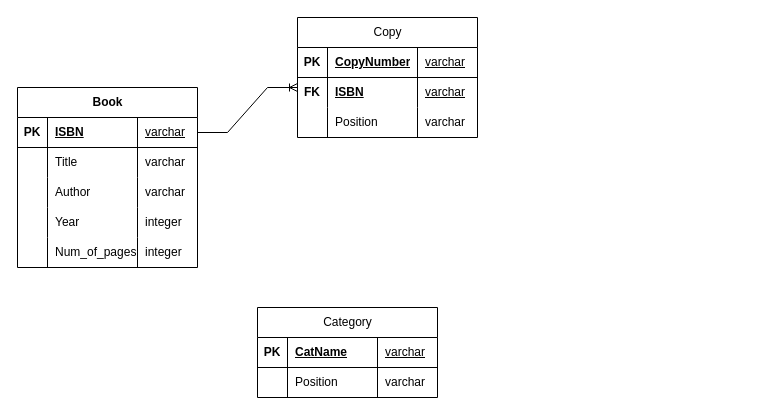
The draw.io diagram Диаграмма без названия.drawio in agirlwithcamomiles/testing_git, before the edit. Source tidied: cells renumbered, new cells numbered last; positions are measured from the earlier drawing's top-left corner, leaving out a move shared by most shapes. Both pictures are drawn from the tidied source at 100%, with x=0, y=0 at pixel (17, 17).
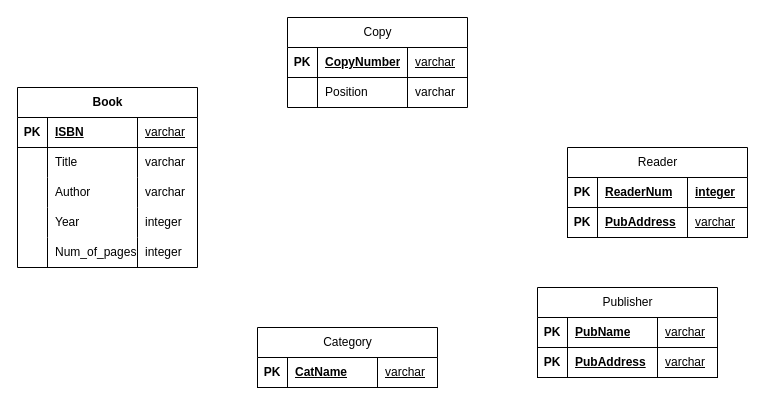
The same diagram, later.

Unchanged cells that the change refers to:
```xml
<mxCell id="3" style="shape=tableRow;horizontal=0;startSize=0;swimlaneHead=0;swimlaneBody=0;fillColor=none;points=[[0,0.5],[1,0.5]];portConstraint=eastwest;top=0;left=0;right=0;bottom=1;" parent="2" vertex="1">
  <mxGeometry y="30" width="180" height="30" as="geometry" />
</mxCell>
```

Diff of the diagram source:
```diff
@@
-    <mxCell id="23" style="edgeStyle=entityRelationEdgeStyle;fontSize=12;html=1;endArrow=ERoneToMany;rounded=0;exitX=1;exitY=0.5;exitDx=0;exitDy=0;" parent="1" edge="1" source="3">
-      <mxGeometry relative="1" as="geometry">
-        <mxPoint x="280" y="70" as="targetPoint" />
-      </mxGeometry>
-    </mxCell>
     <mxCell id="24" value="Copy" style="shape=table;startSize=30;childLayout=tableLayout;rowLines=0;fontStyle=0;align=center;html=1;" parent="1" vertex="1">
-      <mxGeometry x="280" width="180" height="120" as="geometry" />
+      <mxGeometry x="270" width="180" height="90" as="geometry" />
     </mxCell>
@@
-    <mxCell id="29" style="shape=tableRow;horizontal=0;startSize=0;swimlaneHead=0;swimlaneBody=0;fillColor=none;top=0;left=0;right=0;bottom=0;" parent="24" vertex="1">
-      <mxGeometry y="60" width="180" height="30" as="geometry" />
-    </mxCell>
-    <mxCell id="30" value="FK" style="shape=partialRectangle;fillColor=none;top=0;left=0;bottom=0;right=0;overflow=hidden;whiteSpace=wrap;html=1;perimeterSpacing=5;fontStyle=1;" parent="29" vertex="1">
-      <mxGeometry width="30" height="30" as="geometry" />
-    </mxCell>
-    <mxCell id="31" value="&lt;b&gt;&lt;u&gt;ISBN&lt;/u&gt;&lt;/b&gt;" style="shape=partialRectangle;fillColor=none;top=0;left=0;bottom=0;right=0;align=left;spacingLeft=6;overflow=hidden;whiteSpace=wrap;html=1;" parent="29" vertex="1">
-      <mxGeometry x="30" width="90" height="30" as="geometry" />
-    </mxCell>
-    <mxCell id="32" value="&lt;div&gt;&lt;span&gt;&lt;u&gt;varchar&lt;/u&gt;&lt;/span&gt;&lt;/div&gt;" style="shape=partialRectangle;fillColor=none;top=0;left=0;bottom=0;right=0;align=left;spacingLeft=6;overflow=hidden;whiteSpace=wrap;html=1;fontStyle=0;" parent="29" vertex="1">
-      <mxGeometry x="120" width="60" height="30" as="geometry" />
-    </mxCell>
     <mxCell id="33" style="shape=tableRow;horizontal=0;startSize=0;swimlaneHead=0;swimlaneBody=0;fillColor=none;top=0;left=0;right=0;bottom=0;" parent="24" vertex="1">
-      <mxGeometry y="90" width="180" height="30" as="geometry" />
+      <mxGeometry y="60" width="180" height="30" as="geometry" />
     </mxCell>
@@
     <mxCell id="37" value="Category" style="shape=table;startSize=30;childLayout=tableLayout;rowLines=0;fontStyle=0;align=center;html=1;" parent="1" vertex="1">
-      <mxGeometry x="240" y="290" width="180" height="90" as="geometry" />
+      <mxGeometry x="240" y="310" width="180" height="60" as="geometry" />
     </mxCell>
@@
-    <mxCell id="42" style="shape=tableRow;horizontal=0;startSize=0;swimlaneHead=0;swimlaneBody=0;fillColor=none;top=0;left=0;right=0;bottom=0;" parent="37" vertex="1">
-      <mxGeometry y="60" width="180" height="30" as="geometry" />
-    </mxCell>
-    <mxCell id="43" style="shape=partialRectangle;fillColor=none;top=0;left=0;bottom=0;right=0;overflow=hidden;whiteSpace=wrap;html=1;" parent="42" vertex="1">
-      <mxGeometry width="30" height="30" as="geometry" />
-    </mxCell>
-    <mxCell id="44" value="Position" style="shape=partialRectangle;fillColor=none;top=0;left=0;bottom=0;right=0;align=left;spacingLeft=6;overflow=hidden;whiteSpace=wrap;html=1;" parent="42" vertex="1">
-      <mxGeometry x="30" width="90" height="30" as="geometry" />
-    </mxCell>
-    <mxCell id="45" value="varchar" style="shape=partialRectangle;fillColor=none;top=0;left=0;bottom=0;right=0;align=left;spacingLeft=6;overflow=hidden;whiteSpace=wrap;html=1;" parent="42" vertex="1">
-      <mxGeometry x="120" width="60" height="30" as="geometry" />
-    </mxCell>
+    <mxCell id="46" value="Publisher" style="shape=table;startSize=30;childLayout=tableLayout;rowLines=0;fontStyle=0;align=center;html=1;" parent="1" vertex="1">
+      <mxGeometry x="520" y="270" width="180" height="90" as="geometry" />
+    </mxCell>
+    <mxCell id="47" style="shape=tableRow;horizontal=0;startSize=0;swimlaneHead=0;swimlaneBody=0;fillColor=none;top=0;left=0;right=0;bottom=1;" parent="46" vertex="1">
+      <mxGeometry y="30" width="180" height="30" as="geometry" />
+    </mxCell>
+    <mxCell id="48" value="PK" style="shape=partialRectangle;fillColor=none;top=0;left=0;bottom=0;right=0;fontStyle=1;overflow=hidden;whiteSpace=wrap;html=1;" parent="47" vertex="1">
+      <mxGeometry width="30" height="30" as="geometry" />
+    </mxCell>
+    <mxCell id="49" value="PubName" style="shape=partialRectangle;fillColor=none;top=0;left=0;bottom=0;right=0;align=left;spacingLeft=6;fontStyle=5;overflow=hidden;whiteSpace=wrap;html=1;" parent="47" vertex="1">
+      <mxGeometry x="30" width="90" height="30" as="geometry" />
+    </mxCell>
+    <mxCell id="50" value="&lt;span style=&quot;font-weight: normal;&quot;&gt;varchar&lt;/span&gt;" style="shape=partialRectangle;fillColor=none;top=0;left=0;bottom=0;right=0;align=left;spacingLeft=6;fontStyle=5;overflow=hidden;whiteSpace=wrap;html=1;" parent="47" vertex="1">
+      <mxGeometry x="120" width="60" height="30" as="geometry" />
+    </mxCell>
+    <mxCell id="51" style="shape=tableRow;horizontal=0;startSize=0;swimlaneHead=0;swimlaneBody=0;fillColor=none;top=0;left=0;right=0;bottom=1;" parent="46" vertex="1">
+      <mxGeometry y="60" width="180" height="30" as="geometry" />
+    </mxCell>
+    <mxCell id="52" value="PK" style="shape=partialRectangle;fillColor=none;top=0;left=0;bottom=0;right=0;fontStyle=1;overflow=hidden;whiteSpace=wrap;html=1;" parent="51" vertex="1">
+      <mxGeometry width="30" height="30" as="geometry" />
+    </mxCell>
+    <mxCell id="53" value="PubAddress" style="shape=partialRectangle;fillColor=none;top=0;left=0;bottom=0;right=0;align=left;spacingLeft=6;fontStyle=5;overflow=hidden;whiteSpace=wrap;html=1;" parent="51" vertex="1">
+      <mxGeometry x="30" width="90" height="30" as="geometry" />
+    </mxCell>
+    <mxCell id="54" value="&lt;span style=&quot;font-weight: normal;&quot;&gt;varchar&lt;/span&gt;" style="shape=partialRectangle;fillColor=none;top=0;left=0;bottom=0;right=0;align=left;spacingLeft=6;fontStyle=5;overflow=hidden;whiteSpace=wrap;html=1;" parent="51" vertex="1">
+      <mxGeometry x="120" width="60" height="30" as="geometry" />
+    </mxCell>
+    <mxCell id="55" style="shape=partialRectangle;fillColor=none;top=0;left=0;bottom=0;right=0;fontStyle=1;overflow=hidden;whiteSpace=wrap;html=1;" parent="1" vertex="1">
+      <mxGeometry x="430" y="280" width="30" height="30" as="geometry" />
+    </mxCell>
+    <mxCell id="56" value="Reader" style="shape=table;startSize=30;childLayout=tableLayout;rowLines=0;fontStyle=0;align=center;html=1;" parent="1" vertex="1">
+      <mxGeometry x="550" y="130" width="180" height="90" as="geometry" />
+    </mxCell>
+    <mxCell id="57" style="shape=tableRow;horizontal=0;startSize=0;swimlaneHead=0;swimlaneBody=0;fillColor=none;top=0;left=0;right=0;bottom=1;" parent="56" vertex="1">
+      <mxGeometry y="30" width="180" height="30" as="geometry" />
+    </mxCell>
+    <mxCell id="58" value="PK" style="shape=partialRectangle;fillColor=none;top=0;left=0;bottom=0;right=0;fontStyle=1;overflow=hidden;whiteSpace=wrap;html=1;" parent="57" vertex="1">
+      <mxGeometry width="30" height="30" as="geometry" />
+    </mxCell>
+    <mxCell id="59" value="ReaderNum" style="shape=partialRectangle;fillColor=none;top=0;left=0;bottom=0;right=0;align=left;spacingLeft=6;fontStyle=5;overflow=hidden;whiteSpace=wrap;html=1;" parent="57" vertex="1">
+      <mxGeometry x="30" width="90" height="30" as="geometry" />
+    </mxCell>
+    <mxCell id="60" value="integer" style="shape=partialRectangle;fillColor=none;top=0;left=0;bottom=0;right=0;align=left;spacingLeft=6;fontStyle=5;overflow=hidden;whiteSpace=wrap;html=1;" parent="57" vertex="1">
+      <mxGeometry x="120" width="60" height="30" as="geometry" />
+    </mxCell>
+    <mxCell id="61" style="shape=tableRow;horizontal=0;startSize=0;swimlaneHead=0;swimlaneBody=0;fillColor=none;top=0;left=0;right=0;bottom=1;" parent="56" vertex="1">
+      <mxGeometry y="60" width="180" height="30" as="geometry" />
+    </mxCell>
+    <mxCell id="62" value="PK" style="shape=partialRectangle;fillColor=none;top=0;left=0;bottom=0;right=0;fontStyle=1;overflow=hidden;whiteSpace=wrap;html=1;" parent="61" vertex="1">
+      <mxGeometry width="30" height="30" as="geometry" />
+    </mxCell>
+    <mxCell id="63" value="PubAddress" style="shape=partialRectangle;fillColor=none;top=0;left=0;bottom=0;right=0;align=left;spacingLeft=6;fontStyle=5;overflow=hidden;whiteSpace=wrap;html=1;" parent="61" vertex="1">
+      <mxGeometry x="30" width="90" height="30" as="geometry" />
+    </mxCell>
+    <mxCell id="64" value="&lt;span style=&quot;font-weight: normal;&quot;&gt;varchar&lt;/span&gt;" style="shape=partialRectangle;fillColor=none;top=0;left=0;bottom=0;right=0;align=left;spacingLeft=6;fontStyle=5;overflow=hidden;whiteSpace=wrap;html=1;" parent="61" vertex="1">
+      <mxGeometry x="120" width="60" height="30" as="geometry" />
+    </mxCell>
```
